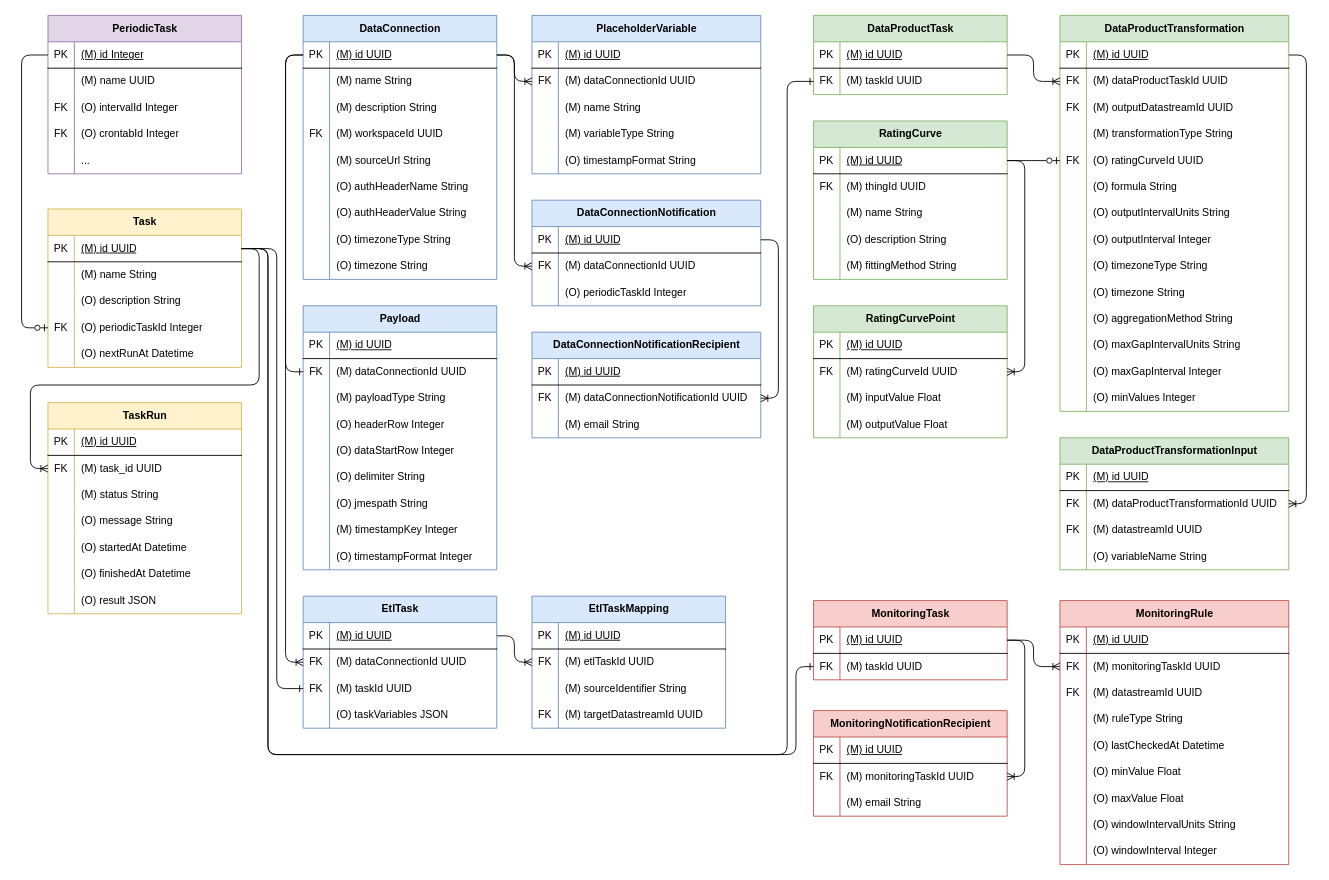
Above: apps/docs/docs/references/diagrams/HydroServer_Processing_Model.drawio in hydroserver2/hydroserver (draw.io), before the change. Source tidied: cells renumbered, new cells numbered last; positions are measured from the earlier drawing's top-left corner, leaving out a move shared by most shapes. Both pictures are drawn from the tidied source at 88%, with x=0, y=0 at pixel (21, 15).
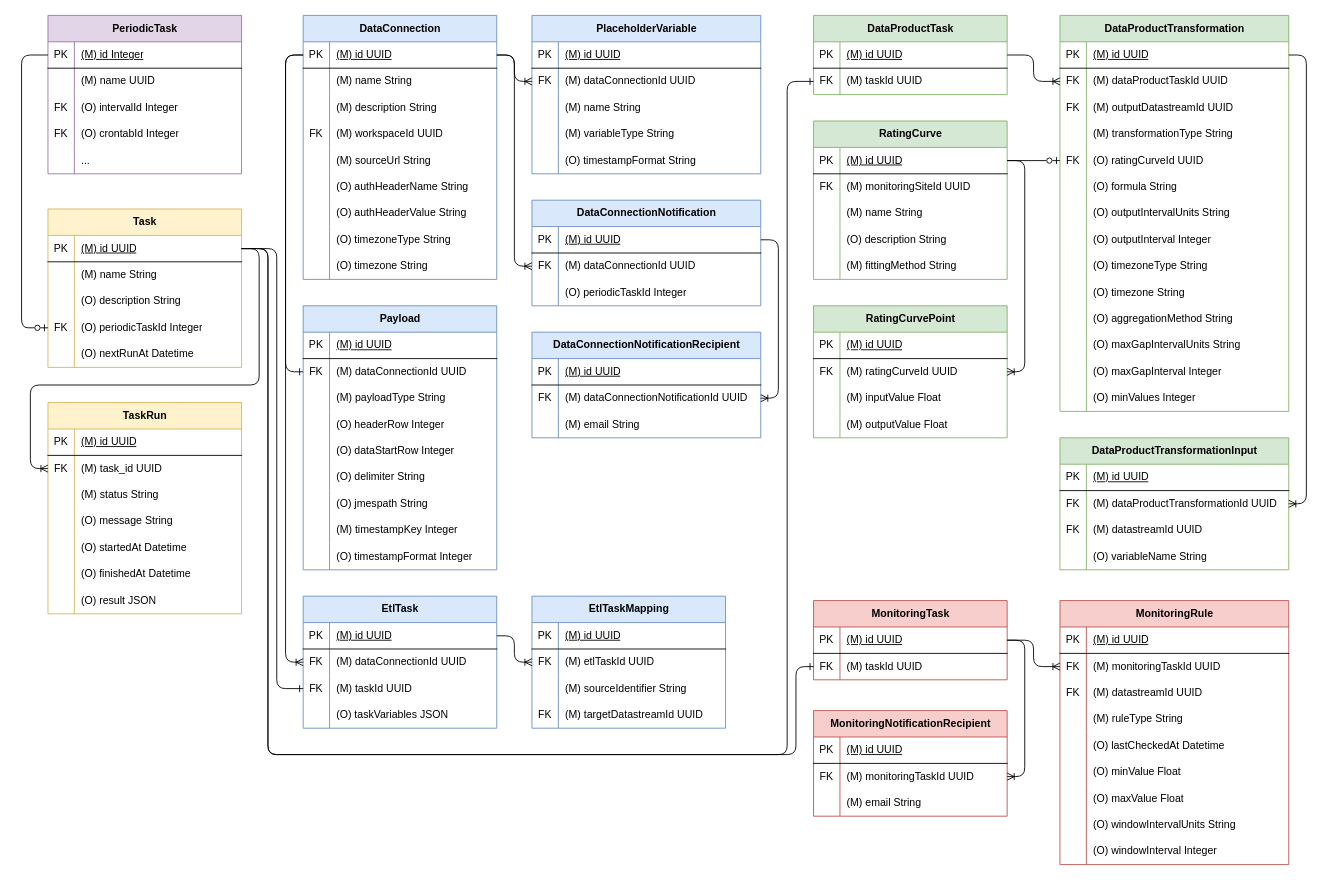
Above is the later version.

The change refers to these unchanged cells:
```xml
<mxCell id="178" style="shape=tableRow;horizontal=0;startSize=0;swimlaneHead=0;swimlaneBody=0;fillColor=none;top=0;left=0;right=0;bottom=0;fontSize=12;" parent="174" vertex="1">
  <mxGeometry y="60" width="220" height="30" as="geometry" />
</mxCell>
```

What changed in the source:
```diff
@@
-    <mxCell id="180" value="(M) thingId UUID" style="shape=partialRectangle;fillColor=none;top=0;left=0;bottom=0;right=0;align=left;spacingLeft=6;overflow=hidden;whiteSpace=wrap;html=1;fontSize=12;" parent="178" vertex="1">
+    <mxCell id="180" value="(M) monitoringSiteId UUID" style="shape=partialRectangle;fillColor=none;top=0;left=0;bottom=0;right=0;align=left;spacingLeft=6;overflow=hidden;whiteSpace=wrap;html=1;fontSize=12;" parent="178" vertex="1">
       <mxGeometry x="30" width="190" height="30" as="geometry" />
     </mxCell>
```
